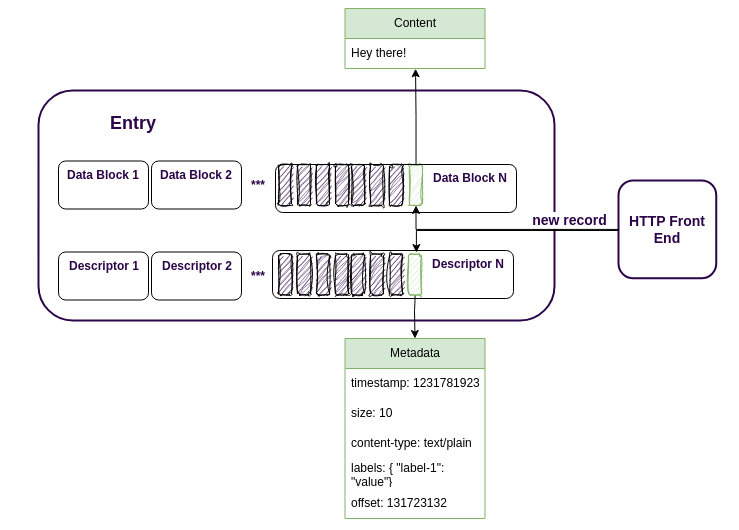
The draw.io diagram blog/2024-08-21-reductstore-v1_11_0-released/img/old-data-flow.png in reductstore/website, before a commit. Source tidied: cells renumbered, new cells last; positions are measured from the earlier drawing's top-left corner, leaving out a move shared by most shapes.
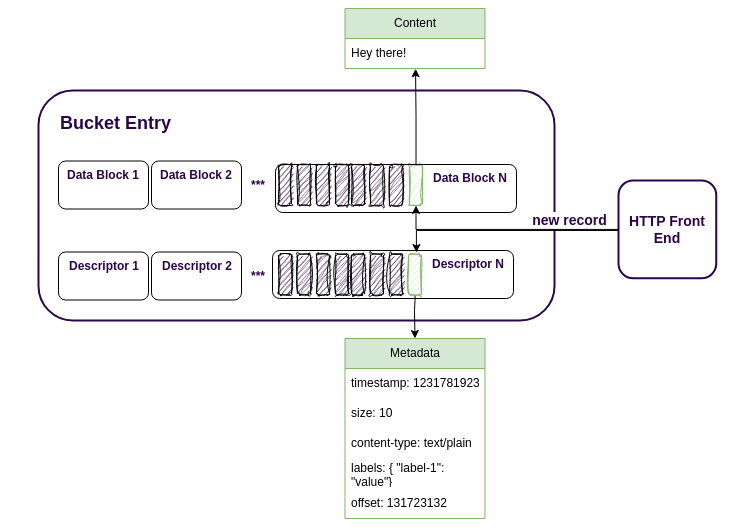
The same diagram one commit later.

Commit message:
little improvements

The edit, as a diff of the source:
```diff
@@ -8,7 +8,7 @@
     <mxCell id="3" value="HTTP Front End" style="whiteSpace=wrap;html=1;fontColor=#2B0548;strokeColor=#2B0548;strokeWidth=2;rounded=1;fontSize=14;fontFamily=Helvetica;verticalAlign=middle;fontStyle=1;" parent="1" vertex="1">
       <mxGeometry x="618" y="180" width="97.8" height="97.8" as="geometry" />
     </mxCell>
-    <mxCell id="4" value="Entry" style="rounded=1;whiteSpace=wrap;hachureGap=4;fontFamily=Helvetica;fontSize=18;strokeColor=#2B0548;strokeWidth=2;align=left;verticalAlign=top;fontColor=#2B0548;spacingRight=21;spacingLeft=70;spacingBottom=2;spacingTop=16;fontStyle=1;" parent="1" vertex="1">
+    <mxCell id="4" value="Bucket Entry" style="rounded=1;whiteSpace=wrap;hachureGap=4;fontFamily=Helvetica;fontSize=18;strokeColor=#2B0548;strokeWidth=2;align=left;verticalAlign=top;fontColor=#2B0548;spacingRight=21;spacingLeft=20;spacingBottom=2;spacingTop=16;fontStyle=1;" parent="1" vertex="1">
       <mxGeometry x="38" y="90" width="516" height="230" as="geometry" />
     </mxCell>
     <mxCell id="5" style="endArrow=classic;html=1;rounded=0;fontColor=#2B0548;strokeColor=#000000;strokeWidth=1;fontSize=14;fontFamily=Helvetica;fontStyle=1;exitX=0;exitY=0.5;exitDx=0;exitDy=0;entryX=0.597;entryY=0.042;entryDx=0;entryDy=0;entryPerimeter=0;edgeStyle=orthogonalEdgeStyle;" parent="1" edge="1" source="3" target="31">
```
